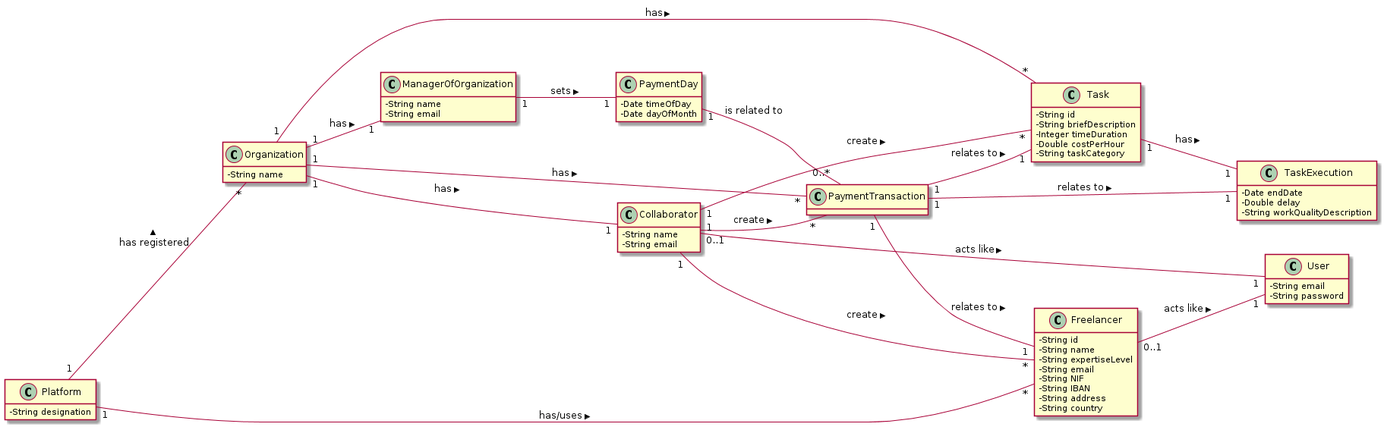
Before: docs/MD.png, a diagram exported from PlantUML (pedrolemos4/LAPR2).
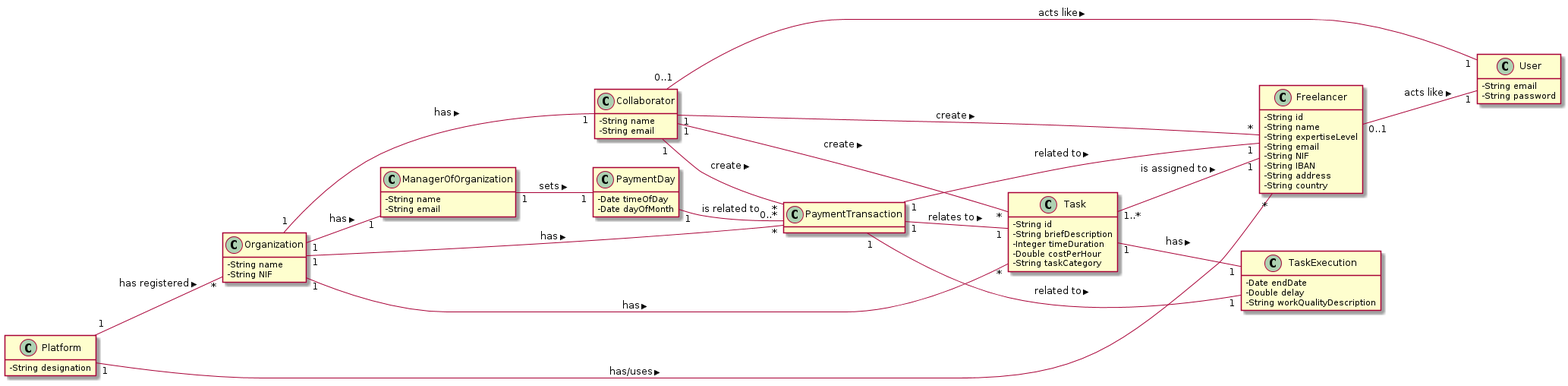
Above is the later version.

The edit, as a diff of the source:
```diff
@@ -9,6 +9,7 @@
 
 class Organization {
   -String name
+  -String NIF
 }
 
 class Collaborator {
@@ -72,9 +73,10 @@
 Collaborator "1" -- "*" Freelancer: create >
 Collaborator "1" -- "*" Task: create >
 Collaborator "1" -- "*" PaymentTransaction: create >
-PaymentTransaction "1" -- "1" Freelancer: relates to >
+PaymentTransaction "1" -- "1" Freelancer: related to >
 PaymentTransaction "1" -- "1" Task: relates to >
-PaymentTransaction "1" -- "1" TaskExecution: relates to >
+PaymentTransaction "1" -- "1" TaskExecution: related to >
 Task "1" -- "1" TaskExecution: has >
+Task "1..*" -- "1" Freelancer: is assigned to >
 PaymentDay "1" -- "0..*" PaymentTransaction : is related to
 @enduml
```
